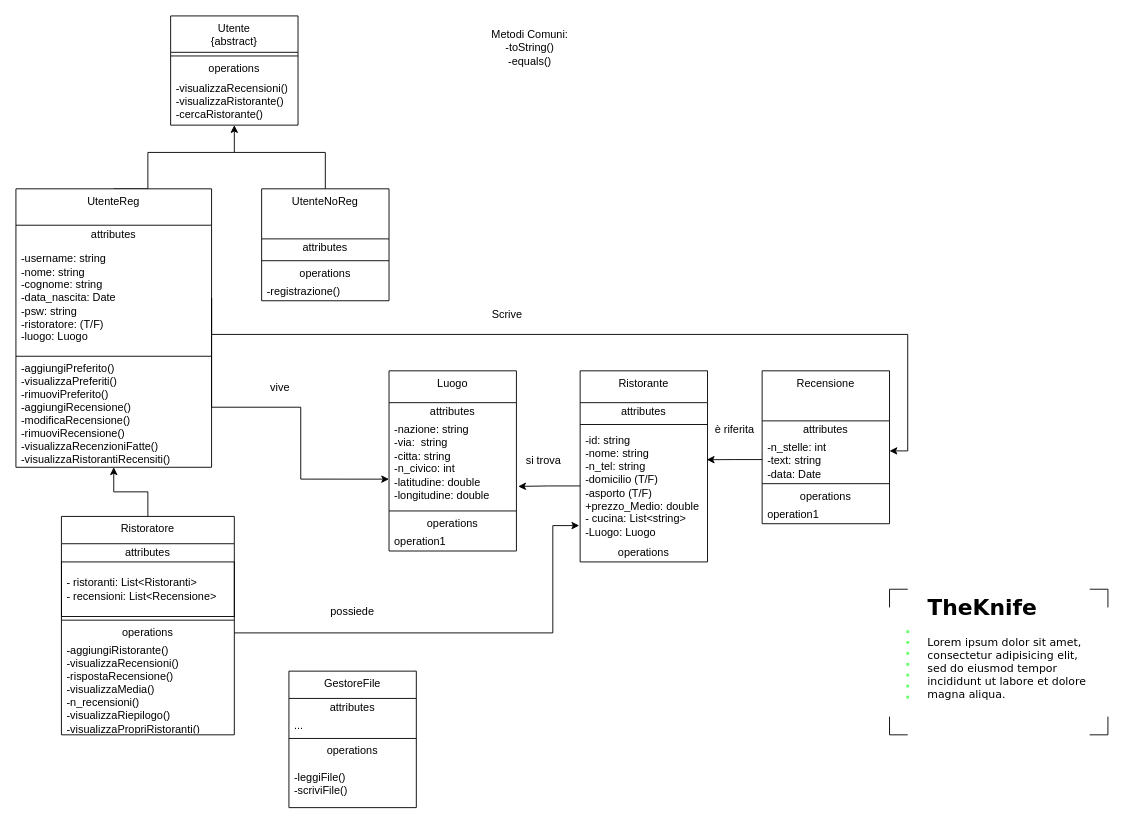
The draw.io diagram doc/UML.drawio in Tommaso-Ossuzio/TheKnife, before the edit. Source tidied: cells renumbered, new cells numbered last; positions are measured from the earlier drawing's top-left corner, leaving out a move shared by most shapes. Both pictures are drawn from the tidied source at 91%, with x=0, y=0 at pixel (15, 15).
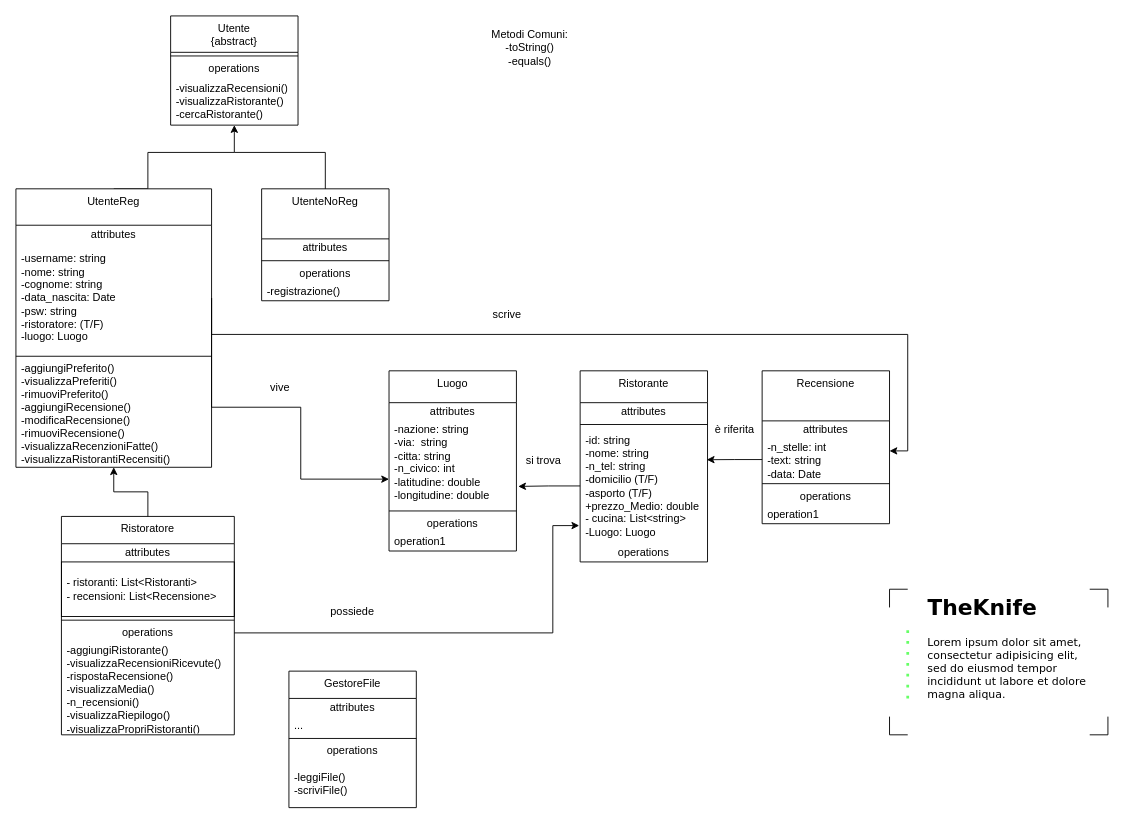
The same page after the edit.

Commit message:
Correzione UML 2

Unchanged cells that the change refers to:
```xml
<mxCell id="41" value="Ristoratore" style="swimlane;fontStyle=0;align=center;verticalAlign=top;horizontal=1;startSize=30;html=1;whiteSpace=wrap;" parent="1" vertex="1">
  <mxGeometry x="50" y="550" width="190" height="240" as="geometry" />
</mxCell>
```

What changed in the source:
```diff
@@
-    <mxCell id="46" value="-aggiungiRistorante()&lt;div&gt;-visualizzaRecensioni()&lt;/div&gt;&lt;div&gt;-rispostaRecensione()&lt;/div&gt;&lt;div&gt;-visualizzaMedia()&lt;/div&gt;&lt;div&gt;-n_recensioni()&lt;/div&gt;&lt;div&gt;-visualizzaRiepilogo()&lt;/div&gt;&lt;div&gt;-visualizzaPropriRistoranti()&lt;/div&gt;" style="text;html=1;strokeColor=none;fillColor=none;align=left;verticalAlign=middle;spacingLeft=4;spacingRight=4;overflow=hidden;whiteSpace=wrap;" parent="41" vertex="1">
+    <mxCell id="46" value="-aggiungiRistorante()&lt;div&gt;-visualizzaRecensioniRicevute()&lt;/div&gt;&lt;div&gt;-rispostaRecensione()&lt;/div&gt;&lt;div&gt;-visualizzaMedia()&lt;/div&gt;&lt;div&gt;-n_recensioni()&lt;/div&gt;&lt;div&gt;-visualizzaRiepilogo()&lt;/div&gt;&lt;div&gt;-visualizzaPropriRistoranti()&lt;/div&gt;" style="text;html=1;strokeColor=none;fillColor=none;align=left;verticalAlign=middle;spacingLeft=4;spacingRight=4;overflow=hidden;whiteSpace=wrap;" parent="41" vertex="1">
       <mxGeometry y="138" width="190" height="102" as="geometry" />
     </mxCell>
@@
-    <mxCell id="52" value="Scrive" style="text;html=1;align=center;verticalAlign=middle;whiteSpace=wrap;rounded=0;" parent="1" vertex="1">
+    <mxCell id="52" value="scrive" style="text;html=1;align=center;verticalAlign=middle;whiteSpace=wrap;rounded=0;" parent="1" vertex="1">
       <mxGeometry x="510" y="313" width="60" height="30" as="geometry" />
     </mxCell>
```
